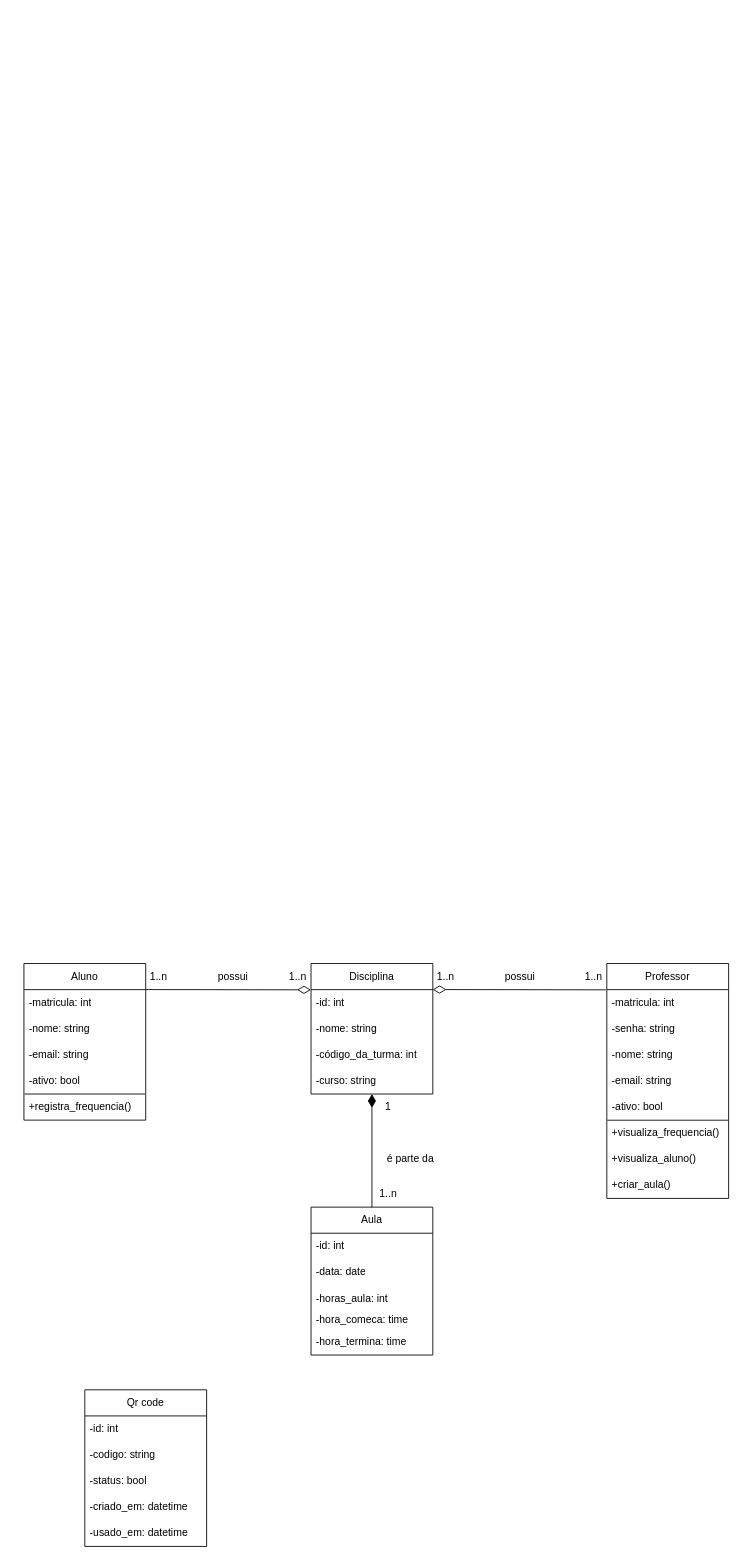
Earlier version of the draw.io diagram Documents/models.drawio (Jordanjuliobr23/Automated-Call-System). Source tidied: cells renumbered, new cells numbered last; positions are measured from the earlier drawing's top-left corner, leaving out a move shared by most shapes. Both pictures are drawn from the tidied source at 87%, with x=0, y=0 at pixel (23, 963).
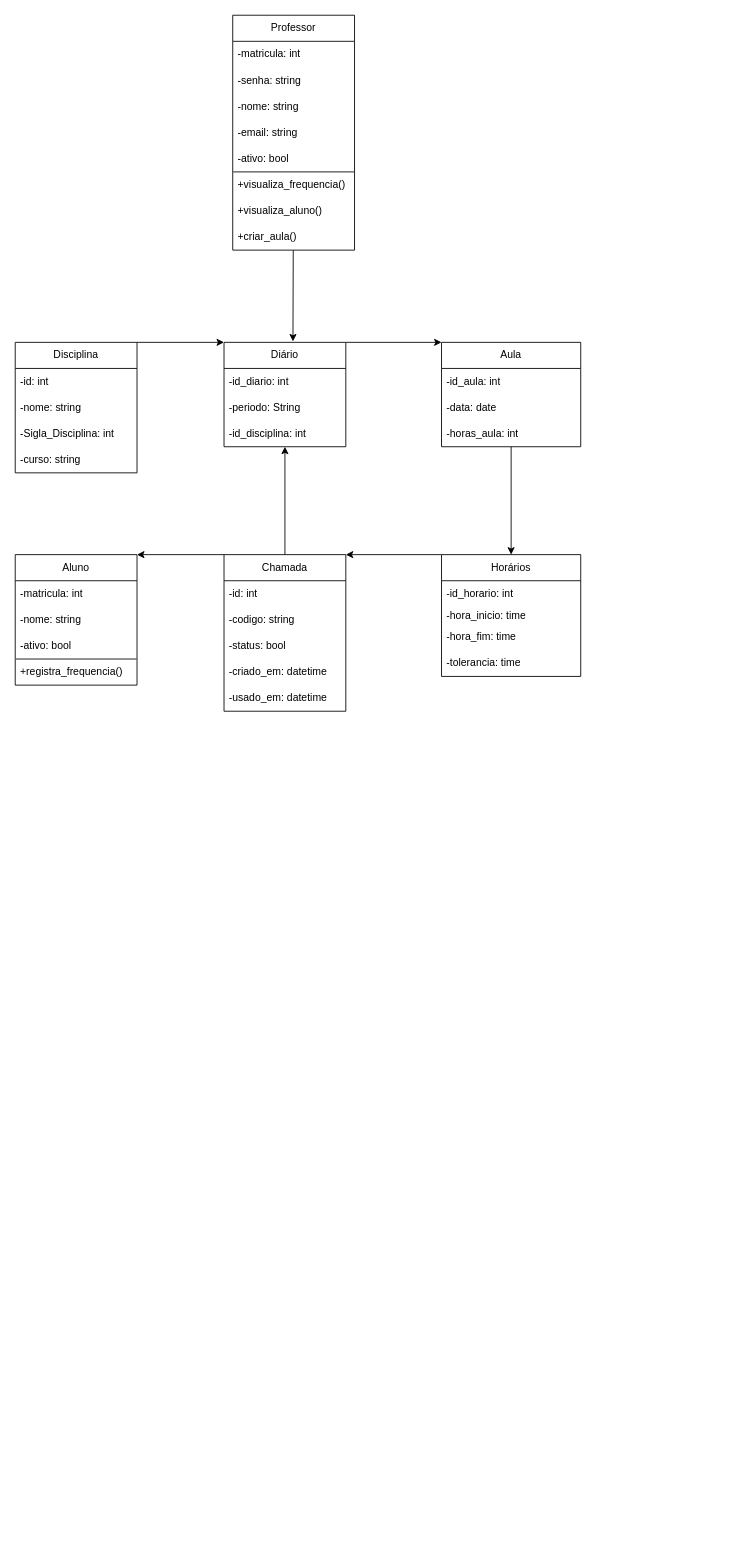
The same page after the edit.

The change refers to these unchanged cells:
```xml
<mxCell id="3" value="-matricula: int" style="text;strokeColor=none;fillColor=none;align=left;verticalAlign=middle;spacingLeft=4;spacingRight=4;overflow=hidden;points=[[0,0.5],[1,0.5]];portConstraint=eastwest;whiteSpace=wrap;html=1;" parent="2" vertex="1">
  <mxGeometry y="30" width="140" height="30" as="geometry" />
</mxCell>
<mxCell id="10" value="-id: int" style="text;strokeColor=none;fillColor=none;align=left;verticalAlign=middle;spacingLeft=4;spacingRight=4;overflow=hidden;points=[[0,0.5],[1,0.5]];portConstraint=eastwest;whiteSpace=wrap;html=1;" parent="9" vertex="1">
  <mxGeometry y="30" width="140" height="30" as="geometry" />
</mxCell>
<mxCell id="15" value="-matricula: int" style="text;strokeColor=none;fillColor=none;align=left;verticalAlign=middle;spacingLeft=4;spacingRight=4;overflow=hidden;points=[[0,0.5],[1,0.5]];portConstraint=eastwest;whiteSpace=wrap;html=1;" parent="14" vertex="1">
  <mxGeometry y="30" width="140" height="30" as="geometry" />
</mxCell>
```

Change to the diagram source:
```diff
@@
     <mxCell id="2" value="Aluno" style="swimlane;fontStyle=0;horizontal=1;startSize=30;whiteSpace=wrap;html=1;" parent="1" vertex="1">
-      <mxGeometry width="140" height="180" as="geometry" />
+      <mxGeometry x="-10" y="-470" width="140" height="150" as="geometry" />
     </mxCell>
@@
-    <mxCell id="5" value="-email: string" style="text;strokeColor=none;fillColor=none;align=left;verticalAlign=middle;spacingLeft=4;spacingRight=4;overflow=hidden;whiteSpace=wrap;html=1;" parent="2" vertex="1">
-      <mxGeometry y="90" width="140" height="30" as="geometry" />
-    </mxCell>
     <mxCell id="6" value="-ativo: bool" style="text;strokeColor=none;fillColor=none;align=left;verticalAlign=middle;spacingLeft=4;spacingRight=4;overflow=hidden;points=[[0,0.5],[1,0.5]];portConstraint=eastwest;whiteSpace=wrap;html=1;" parent="2" vertex="1">
-      <mxGeometry y="120" width="140" height="30" as="geometry" />
+      <mxGeometry y="90" width="140" height="30" as="geometry" />
     </mxCell>
     <mxCell id="7" value="+registra_frequencia()" style="text;strokeColor=none;fillColor=none;align=left;verticalAlign=middle;spacingLeft=4;spacingRight=4;overflow=hidden;whiteSpace=wrap;html=1;" parent="2" vertex="1">
-      <mxGeometry y="150" width="140" height="30" as="geometry" />
+      <mxGeometry y="120" width="140" height="30" as="geometry" />
     </mxCell>
@@
+    <mxCell id="48" style="edgeStyle=none;html=1;exitX=1;exitY=0;exitDx=0;exitDy=0;entryX=0;entryY=0;entryDx=0;entryDy=0;" parent="1" edge="1" source="9" target="52">
+      <mxGeometry relative="1" as="geometry" />
+    </mxCell>
     <mxCell id="9" value="Disciplina" style="swimlane;fontStyle=0;horizontal=1;startSize=30;whiteSpace=wrap;html=1;" parent="1" vertex="1">
-      <mxGeometry x="330" width="140" height="150" as="geometry" />
+      <mxGeometry x="-10" y="-714" width="140" height="150" as="geometry" />
     </mxCell>
@@
-    <mxCell id="12" value="-código_da_turma: int" style="text;strokeColor=none;fillColor=none;align=left;verticalAlign=middle;spacingLeft=4;spacingRight=4;overflow=hidden;whiteSpace=wrap;html=1;" parent="9" vertex="1">
+    <mxCell id="12" value="-Sigla_Disciplina: int" style="text;strokeColor=none;fillColor=none;align=left;verticalAlign=middle;spacingLeft=4;spacingRight=4;overflow=hidden;whiteSpace=wrap;html=1;" parent="9" vertex="1">
       <mxGeometry y="90" width="140" height="30" as="geometry" />
     </mxCell>
@@
     <mxCell id="14" value="Professor" style="swimlane;fontStyle=0;horizontal=1;startSize=30;whiteSpace=wrap;html=1;" parent="1" vertex="1">
-      <mxGeometry x="670" width="140" height="270" as="geometry" />
+      <mxGeometry x="240" y="-1090" width="140" height="270" as="geometry" />
     </mxCell>
@@
-    <mxCell id="24" style="endArrow=none;startArrow=diamondThin;html=1;rounded=0;entryX=-0.008;entryY=0.008;entryDx=0;entryDy=0;entryPerimeter=0;exitX=0.998;exitY=-0.003;exitDx=0;exitDy=0;exitPerimeter=0;endSize=13;startSize=13;startFill=0;endFill=0;" parent="1" edge="1" source="10" target="15">
-      <mxGeometry relative="1" as="geometry" />
-    </mxCell>
-    <mxCell id="25" style="endArrow=diamondThin;startArrow=none;html=1;rounded=0;entryX=-0.001;entryY=0.008;entryDx=0;entryDy=0;entryPerimeter=0;exitX=0.999;exitY=-0.002;exitDx=0;exitDy=0;exitPerimeter=0;startFill=0;endFill=0;strokeWidth=1;jumpSize=8;targetPerimeterSpacing=0;endSize=13;startSize=13;" parent="1" edge="1" source="3" target="10">
-      <mxGeometry relative="1" as="geometry" />
-    </mxCell>
-    <mxCell id="26" value="1..n" style="text;html=1;align=center;verticalAlign=middle;whiteSpace=wrap;rounded=0;" parent="1" vertex="1">
-      <mxGeometry x="300" width="30" height="30" as="geometry" />
-    </mxCell>
-    <mxCell id="27" value="1..n" style="text;html=1;align=center;verticalAlign=middle;whiteSpace=wrap;rounded=0;" parent="1" vertex="1">
-      <mxGeometry x="470" width="30" height="30" as="geometry" />
-    </mxCell>
-    <mxCell id="28" value="1..n" style="text;html=1;align=center;verticalAlign=middle;whiteSpace=wrap;rounded=0;" parent="1" vertex="1">
-      <mxGeometry x="640" width="30" height="30" as="geometry" />
-    </mxCell>
-    <mxCell id="29" value="1..n" style="text;html=1;align=center;verticalAlign=middle;whiteSpace=wrap;rounded=0;" parent="1" vertex="1">
-      <mxGeometry x="140" width="30" height="30" as="geometry" />
-    </mxCell>
-    <mxCell id="30" value="possui" style="text;html=1;align=center;verticalAlign=middle;strokeColor=none;fillColor=none;" parent="1" vertex="1">
-      <mxGeometry x="210" width="60" height="30" as="geometry" />
-    </mxCell>
-    <mxCell id="31" value="possui" style="text;html=1;align=center;verticalAlign=middle;strokeColor=none;fillColor=none;" parent="1" vertex="1">
-      <mxGeometry x="540" width="60" height="30" as="geometry" />
-    </mxCell>
+    <mxCell id="49" style="edgeStyle=none;html=1;entryX=0.5;entryY=0;entryDx=0;entryDy=0;" parent="1" edge="1" source="32" target="57">
+      <mxGeometry relative="1" as="geometry" />
+    </mxCell>
     <mxCell id="32" value="Aula" style="swimlane;fontStyle=0;horizontal=1;startSize=30;whiteSpace=wrap;html=1;" parent="1" vertex="1">
-      <mxGeometry x="330" y="280" width="140" height="170" as="geometry" />
+      <mxGeometry x="480" y="-714" width="160" height="120" as="geometry" />
     </mxCell>
-    <mxCell id="33" value="-id: int" style="text;strokeColor=none;fillColor=none;align=left;verticalAlign=middle;spacingLeft=4;spacingRight=4;overflow=hidden;whiteSpace=wrap;html=1;" parent="32" vertex="1">
-      <mxGeometry y="30" width="140" height="30" as="geometry" />
+    <mxCell id="33" value="-id_aula: int" style="text;strokeColor=none;fillColor=none;align=left;verticalAlign=middle;spacingLeft=4;spacingRight=4;overflow=hidden;whiteSpace=wrap;html=1;" parent="32" vertex="1">
+      <mxGeometry y="30" width="160" height="30" as="geometry" />
     </mxCell>
     <mxCell id="34" value="-data: date" style="text;strokeColor=none;fillColor=none;align=left;verticalAlign=middle;spacingLeft=4;spacingRight=4;overflow=hidden;whiteSpace=wrap;html=1;" parent="32" vertex="1">
-      <mxGeometry y="60" width="140" height="30" as="geometry" />
+      <mxGeometry y="60" width="160" height="30" as="geometry" />
     </mxCell>
     <mxCell id="35" value="-horas_aula: int" style="text;strokeColor=none;fillColor=none;align=left;verticalAlign=middle;spacingLeft=4;spacingRight=4;overflow=hidden;whiteSpace=wrap;html=1;" parent="32" vertex="1">
-      <mxGeometry y="90" width="140" height="30" as="geometry" />
+      <mxGeometry y="90" width="160" height="30" as="geometry" />
     </mxCell>
-    <mxCell id="36" value="-hora_comeca: time" style="text;strokeColor=none;fillColor=none;align=left;verticalAlign=middle;spacingLeft=4;spacingRight=4;overflow=hidden;whiteSpace=wrap;html=1;" parent="32" vertex="1">
-      <mxGeometry y="120" width="140" height="20" as="geometry" />
-    </mxCell>
-    <mxCell id="37" value="-hora_termina: time" style="text;strokeColor=none;fillColor=none;align=left;verticalAlign=middle;spacingLeft=4;spacingRight=4;overflow=hidden;whiteSpace=wrap;html=1;" parent="32" vertex="1">
-      <mxGeometry y="140" width="140" height="30" as="geometry" />
-    </mxCell>
-    <mxCell id="38" style="endArrow=diamondThin;html=1;exitX=0.5;exitY=0;exitDx=0;exitDy=0;endFill=1;endSize=13;startSize=13;" parent="1" edge="1" source="32">
-      <mxGeometry relative="1" as="geometry">
-        <mxPoint x="400" y="150" as="targetPoint" />
-      </mxGeometry>
-    </mxCell>
-    <mxCell id="39" value="1..n" style="text;html=1;align=center;verticalAlign=middle;whiteSpace=wrap;rounded=0;" parent="1" vertex="1">
-      <mxGeometry x="404" y="250" width="30" height="30" as="geometry" />
-    </mxCell>
-    <mxCell id="40" value="1" style="text;html=1;align=center;verticalAlign=middle;whiteSpace=wrap;rounded=0;" parent="1" vertex="1">
-      <mxGeometry x="404" y="150" width="30" height="30" as="geometry" />
-    </mxCell>
-    <mxCell id="41" value="é parte da" style="text;html=1;align=center;verticalAlign=middle;strokeColor=none;fillColor=none;" parent="1" vertex="1">
-      <mxGeometry x="404" y="210" width="80" height="30" as="geometry" />
-    </mxCell>
+    <mxCell id="50" style="edgeStyle=none;html=1;exitX=0;exitY=0;exitDx=0;exitDy=0;entryX=1;entryY=0;entryDx=0;entryDy=0;" parent="1" edge="1" source="42" target="2">
+      <mxGeometry relative="1" as="geometry" />
+    </mxCell>
-    <mxCell id="42" value="Qr code" style="swimlane;fontStyle=0;horizontal=1;startSize=30;whiteSpace=wrap;html=1;" parent="1" vertex="1">
-      <mxGeometry x="70" y="490" width="140" height="180" as="geometry" />
+    <mxCell id="42" value="Chamada" style="swimlane;fontStyle=0;horizontal=1;startSize=30;whiteSpace=wrap;html=1;" parent="1" vertex="1">
+      <mxGeometry x="230" y="-470" width="140" height="180" as="geometry" />
     </mxCell>
@@
+    <mxCell id="51" style="edgeStyle=none;html=1;exitX=1;exitY=0;exitDx=0;exitDy=0;entryX=0;entryY=0;entryDx=0;entryDy=0;" parent="1" edge="1" source="52" target="32">
+      <mxGeometry relative="1" as="geometry" />
+    </mxCell>
+    <mxCell id="52" value="Diário" style="swimlane;fontStyle=0;horizontal=1;startSize=30;whiteSpace=wrap;html=1;" parent="1" vertex="1">
+      <mxGeometry x="230" y="-714" width="140" height="120" as="geometry" />
+    </mxCell>
+    <mxCell id="53" value="-id_diario: int" style="text;strokeColor=none;fillColor=none;align=left;verticalAlign=middle;spacingLeft=4;spacingRight=4;overflow=hidden;whiteSpace=wrap;html=1;" parent="52" vertex="1">
+      <mxGeometry y="30" width="140" height="30" as="geometry" />
+    </mxCell>
+    <mxCell id="54" value="-periodo: String" style="text;strokeColor=none;fillColor=none;align=left;verticalAlign=middle;spacingLeft=4;spacingRight=4;overflow=hidden;whiteSpace=wrap;html=1;" parent="52" vertex="1">
+      <mxGeometry y="60" width="140" height="30" as="geometry" />
+    </mxCell>
+    <mxCell id="55" value="-id_disciplina: int" style="text;strokeColor=none;fillColor=none;align=left;verticalAlign=middle;spacingLeft=4;spacingRight=4;overflow=hidden;points=[[0,0.5],[1,0.5]];portConstraint=eastwest;whiteSpace=wrap;html=1;" parent="52" vertex="1">
+      <mxGeometry y="90" width="140" height="30" as="geometry" />
+    </mxCell>
+    <mxCell id="56" style="edgeStyle=none;html=1;exitX=0;exitY=0;exitDx=0;exitDy=0;entryX=1;entryY=0;entryDx=0;entryDy=0;" parent="1" edge="1" source="57" target="42">
+      <mxGeometry relative="1" as="geometry" />
+    </mxCell>
+    <mxCell id="57" value="Horários" style="swimlane;fontStyle=0;horizontal=1;startSize=30;whiteSpace=wrap;html=1;" parent="1" vertex="1">
+      <mxGeometry x="480" y="-470" width="160" height="140" as="geometry" />
+    </mxCell>
+    <mxCell id="58" value="-id_horario: int" style="text;strokeColor=none;fillColor=none;align=left;verticalAlign=middle;spacingLeft=4;spacingRight=4;overflow=hidden;whiteSpace=wrap;html=1;" parent="57" vertex="1">
+      <mxGeometry y="30" width="160" height="30" as="geometry" />
+    </mxCell>
+    <mxCell id="36" value="-hora_inicio: time" style="text;strokeColor=none;fillColor=none;align=left;verticalAlign=middle;spacingLeft=4;spacingRight=4;overflow=hidden;whiteSpace=wrap;html=1;" parent="57" vertex="1">
+      <mxGeometry y="60" width="160" height="20" as="geometry" />
+    </mxCell>
+    <mxCell id="59" value="-hora_fim: time" style="text;strokeColor=none;fillColor=none;align=left;verticalAlign=middle;spacingLeft=4;spacingRight=4;overflow=hidden;whiteSpace=wrap;html=1;" parent="57" vertex="1">
+      <mxGeometry y="80" width="160" height="30" as="geometry" />
+    </mxCell>
+    <mxCell id="37" value="-tolerancia: time" style="text;strokeColor=none;fillColor=none;align=left;verticalAlign=middle;spacingLeft=4;spacingRight=4;overflow=hidden;whiteSpace=wrap;html=1;" parent="57" vertex="1">
+      <mxGeometry y="110" width="160" height="30" as="geometry" />
+    </mxCell>
+    <mxCell id="60" style="edgeStyle=none;html=1;entryX=0.566;entryY=-0.009;entryDx=0;entryDy=0;entryPerimeter=0;" parent="1" edge="1" source="14" target="52">
+      <mxGeometry relative="1" as="geometry" />
+    </mxCell>
+    <mxCell id="61" style="edgeStyle=none;html=1;" parent="1" edge="1" source="42" target="55">
+      <mxGeometry relative="1" as="geometry" />
+    </mxCell>
```
